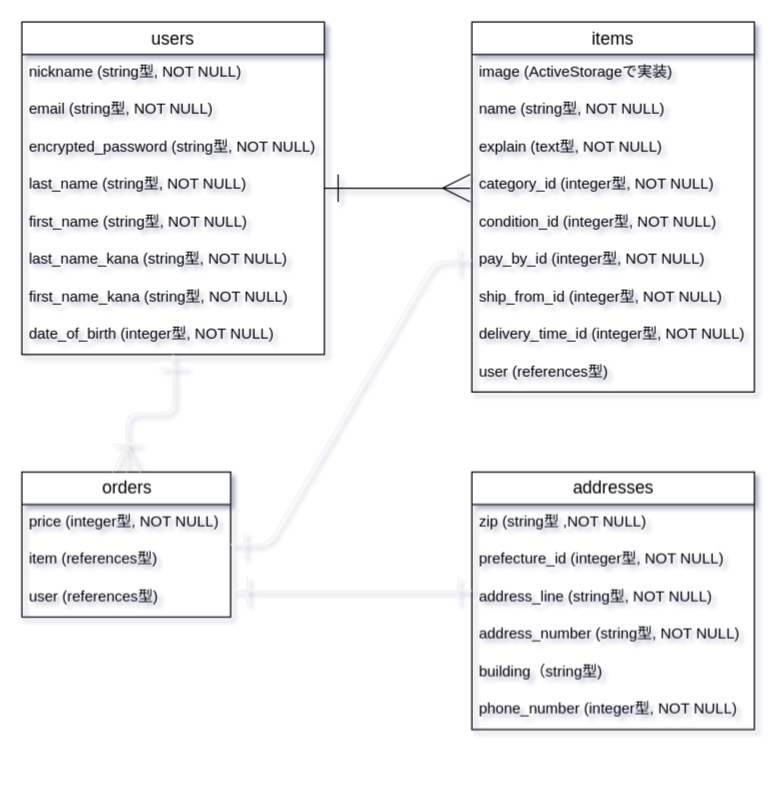
Above: DB.dio in wassa-3/furima-36760 (draw.io), before the change. Source tidied: cells renumbered, new cells numbered last; positions are measured from the earlier drawing's top-left corner, leaving out a move shared by most shapes. Both pictures are drawn from the tidied source at 125%, with x=0, y=0 at pixel (21, 21).
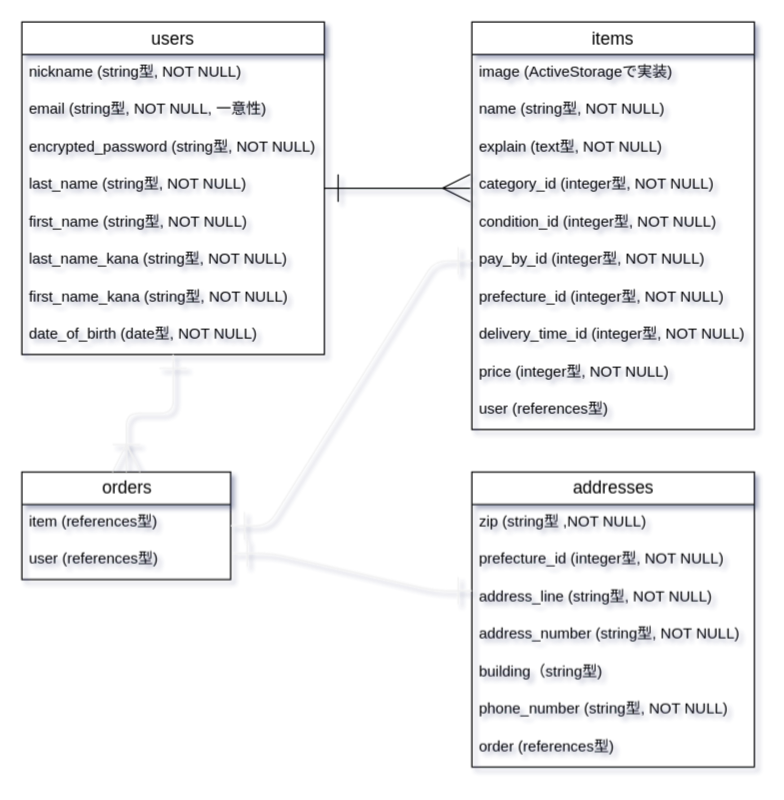
Above is the later version.

Commit message (it also covers changes not shown here):
データベース設計　修正

The change refers to these unchanged cells:
```xml
<mxCell id="3" value="users" style="swimlane;fontStyle=0;horizontal=1;startSize=26;align=center;fontSize=14;" parent="1" vertex="1">
  <mxGeometry width="242" height="266" as="geometry" />
</mxCell>
```

What changed in the source:
```diff
@@
-    <mxCell id="5" value="email (string型, NOT NULL)" style="text;strokeColor=none;fillColor=none;spacingLeft=4;spacingRight=4;overflow=hidden;fontSize=12;" parent="3" vertex="1">
+    <mxCell id="5" value="email (string型, NOT NULL, 一意性)" style="text;strokeColor=none;fillColor=none;spacingLeft=4;spacingRight=4;overflow=hidden;fontSize=12;" parent="3" vertex="1">
       <mxGeometry y="56" width="242" height="30" as="geometry" />
     </mxCell>
@@
-    <mxCell id="11" value="date_of_birth (integer型, NOT NULL)" style="text;strokeColor=none;fillColor=none;spacingLeft=4;spacingRight=4;overflow=hidden;fontSize=12;" parent="3" vertex="1">
+    <mxCell id="11" value="date_of_birth (date型, NOT NULL)" style="text;strokeColor=none;fillColor=none;spacingLeft=4;spacingRight=4;overflow=hidden;fontSize=12;" parent="3" vertex="1">
       <mxGeometry y="236" width="242" height="30" as="geometry" />
     </mxCell>
     <mxCell id="12" value="items" style="swimlane;fontStyle=0;horizontal=1;startSize=26;align=center;fontSize=14;" parent="1" vertex="1">
-      <mxGeometry x="360" width="226" height="296" as="geometry" />
+      <mxGeometry x="360" width="226" height="326" as="geometry" />
     </mxCell>
@@
-    <mxCell id="19" value="ship_from_id (integer型, NOT NULL)" style="text;strokeColor=none;fillColor=none;spacingLeft=4;spacingRight=4;overflow=hidden;fontSize=12;" parent="12" vertex="1">
+    <mxCell id="19" value="prefecture_id (integer型, NOT NULL)" style="text;strokeColor=none;fillColor=none;spacingLeft=4;spacingRight=4;overflow=hidden;fontSize=12;" parent="12" vertex="1">
       <mxGeometry y="206" width="226" height="30" as="geometry" />
     </mxCell>
@@
+    <mxCell id="23" value="price (integer型, NOT NULL)" style="text;strokeColor=none;fillColor=none;spacingLeft=4;spacingRight=4;overflow=hidden;fontSize=12;" parent="12" vertex="1">
+      <mxGeometry y="266" width="226" height="30" as="geometry" />
+    </mxCell>
     <mxCell id="21" value="user (references型)" style="text;strokeColor=none;fillColor=none;spacingLeft=4;spacingRight=4;overflow=hidden;fontSize=12;" parent="12" vertex="1">
-      <mxGeometry y="266" width="226" height="30" as="geometry" />
+      <mxGeometry y="296" width="226" height="30" as="geometry" />
     </mxCell>
     <mxCell id="22" value="orders" style="swimlane;fontStyle=0;horizontal=1;startSize=26;align=center;fontSize=14;html=1;" parent="1" vertex="1">
-      <mxGeometry y="360" width="167" height="116" as="geometry" />
+      <mxGeometry y="360" width="167" height="86" as="geometry" />
     </mxCell>
-    <mxCell id="23" value="price (integer型, NOT NULL)" style="text;strokeColor=none;fillColor=none;spacingLeft=4;spacingRight=4;overflow=hidden;fontSize=12;" parent="22" vertex="1">
-      <mxGeometry y="26" width="167" height="30" as="geometry" />
-    </mxCell>
     <mxCell id="24" value="item (references型)" style="text;strokeColor=none;fillColor=none;spacingLeft=4;spacingRight=4;overflow=hidden;fontSize=12;" parent="22" vertex="1">
-      <mxGeometry y="56" width="167" height="30" as="geometry" />
+      <mxGeometry y="26" width="167" height="30" as="geometry" />
     </mxCell>
     <mxCell id="25" value="user (references型)" style="text;strokeColor=none;fillColor=none;spacingLeft=4;spacingRight=4;overflow=hidden;points=[[0,0.5],[1,0.5]];portConstraint=eastwest;fontSize=12;" parent="22" vertex="1">
-      <mxGeometry y="86" width="167" height="30" as="geometry" />
+      <mxGeometry y="56" width="167" height="30" as="geometry" />
     </mxCell>
     <mxCell id="26" value="addresses" style="swimlane;fontStyle=0;horizontal=1;startSize=26;align=center;fontSize=14;html=1;" parent="1" vertex="1">
-      <mxGeometry x="360" y="360" width="226" height="206" as="geometry" />
+      <mxGeometry x="360" y="360" width="226" height="236" as="geometry" />
     </mxCell>
@@
-    <mxCell id="32" value="phone_number (integer型, NOT NULL)" style="text;strokeColor=none;fillColor=none;spacingLeft=4;spacingRight=4;overflow=hidden;fontSize=12;" parent="26" vertex="1">
+    <mxCell id="32" value="phone_number (string型, NOT NULL)" style="text;strokeColor=none;fillColor=none;spacingLeft=4;spacingRight=4;overflow=hidden;fontSize=12;" parent="26" vertex="1">
       <mxGeometry y="176" width="226" height="30" as="geometry" />
     </mxCell>
+    <mxCell id="36" value="order (references型)" style="text;strokeColor=none;fillColor=none;spacingLeft=4;spacingRight=4;overflow=hidden;fontSize=12;" parent="26" vertex="1">
+      <mxGeometry y="206" width="226" height="30" as="geometry" />
+    </mxCell>
```
